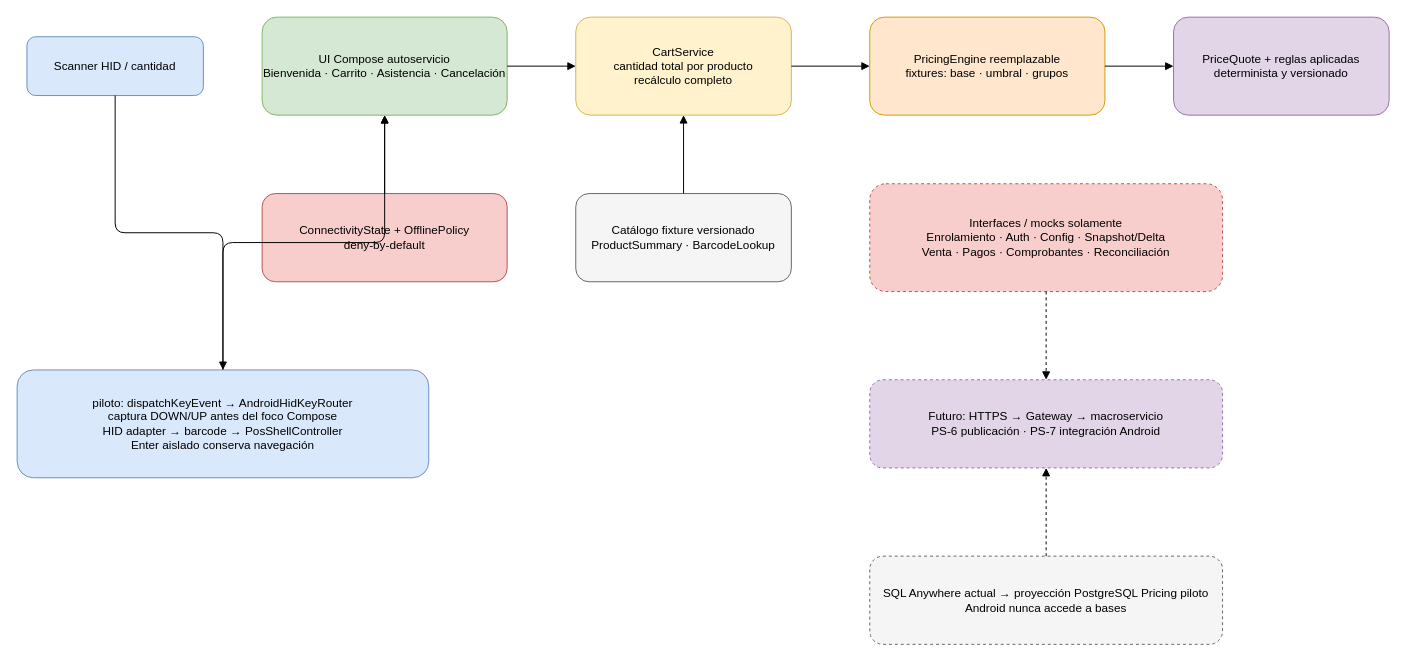
Above: docs/flujo-autoservicio-api-first.drawio in desarrolloinforhard/Android-POS (draw.io), before the change. Source tidied: cells renumbered, new cells numbered last; positions are measured from the earlier drawing's top-left corner, leaving out a move shared by most shapes. Both pictures are drawn from the tidied source at 98%, with x=0, y=0 at pixel (17, 17).
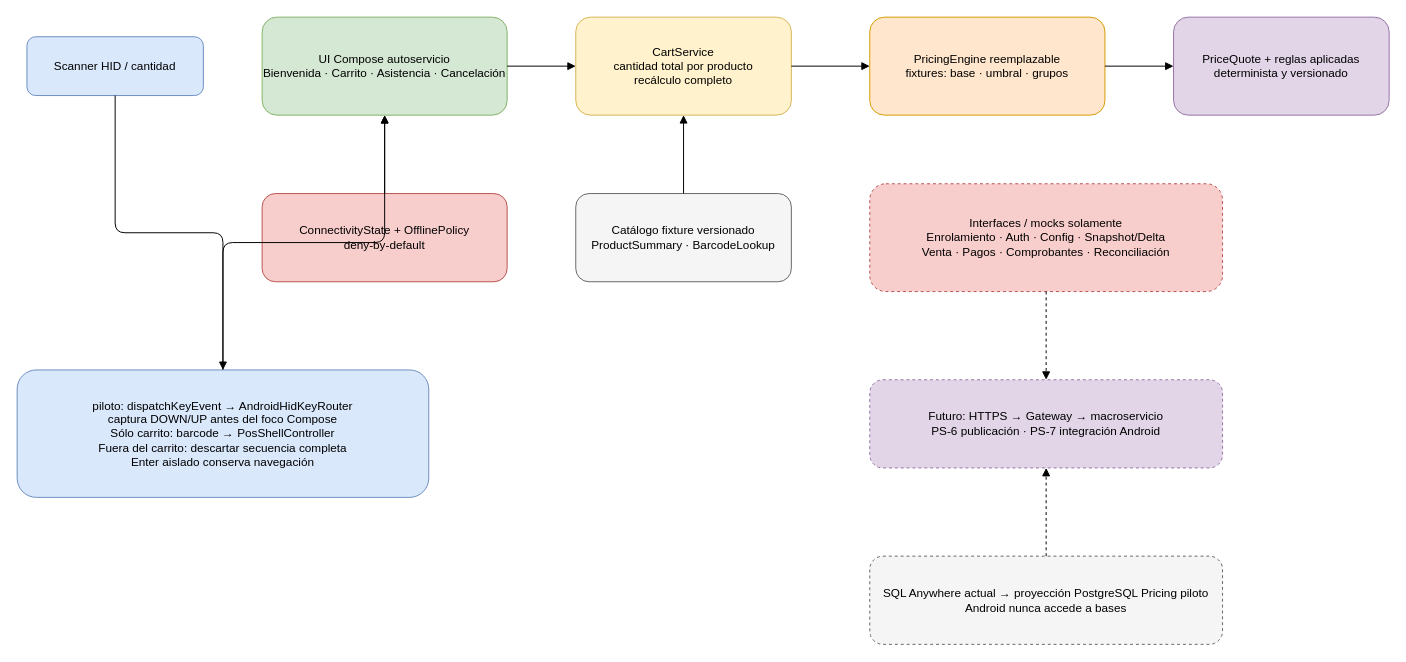
The same diagram, later.

What changed in the source:
```diff
@@
-    <mxCell id="12" value="piloto: dispatchKeyEvent → AndroidHidKeyRouter&#10;captura DOWN/UP antes del foco Compose&#10;HID adapter → barcode → PosShellController&#10;Enter aislado conserva navegación" style="rounded=1;whiteSpace=wrap;html=1;fillColor=#dae8fc;strokeColor=#6c8ebf;" parent="1" vertex="1">
-      <mxGeometry y="360" width="420" height="110" as="geometry" />
+    <mxCell id="12" value="piloto: dispatchKeyEvent → AndroidHidKeyRouter&#10;captura DOWN/UP antes del foco Compose&#10;Sólo carrito: barcode → PosShellController&#10;Fuera del carrito: descartar secuencia completa&#10;Enter aislado conserva navegación" style="rounded=1;whiteSpace=wrap;html=1;fillColor=#dae8fc;strokeColor=#6c8ebf;" parent="1" vertex="1">
+      <mxGeometry y="360" width="420" height="130" as="geometry" />
     </mxCell>
```
